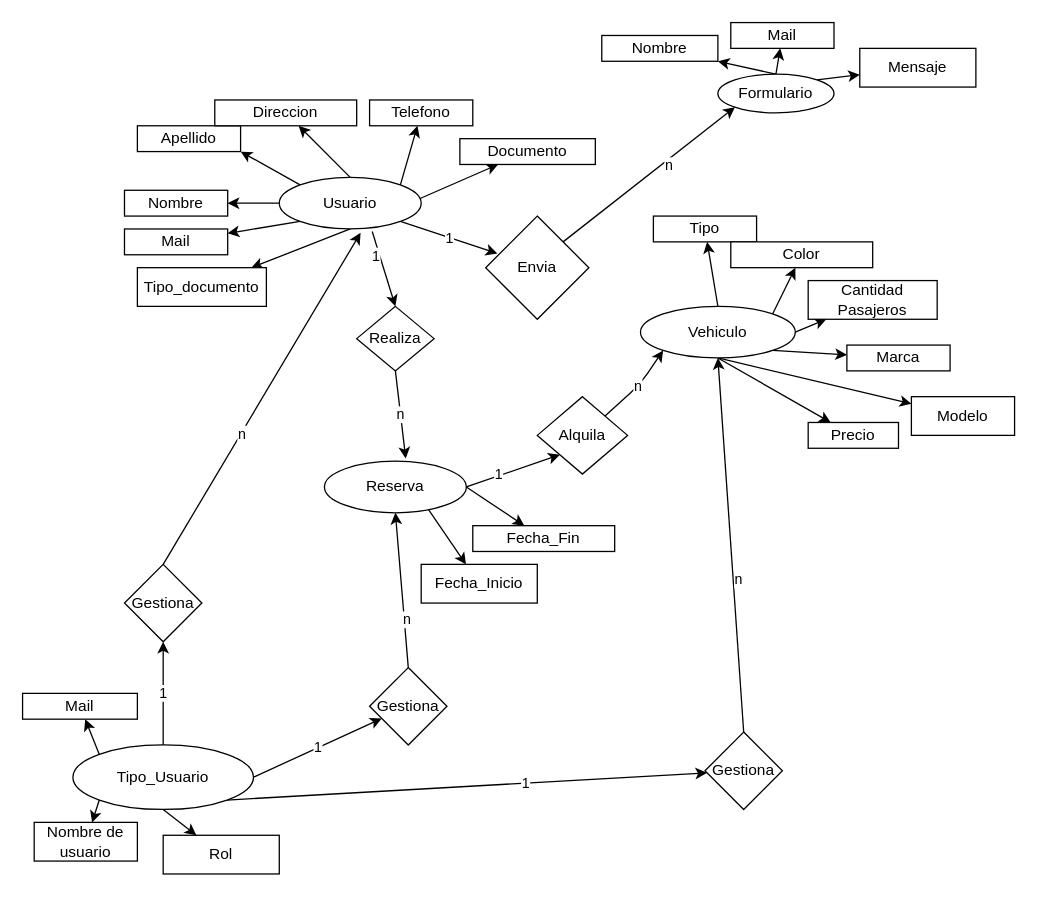
Earlier version of the draw.io diagram Documentacion/Base_Datos/Entidad_relacion.drawio (LorenzoAzanza/asdasd). Source tidied: cells renumbered, new cells numbered last; positions are measured from the earlier drawing's top-left corner, leaving out a move shared by most shapes. Both pictures are drawn from the tidied source at 129%, with x=0, y=0 at pixel (22, 22).
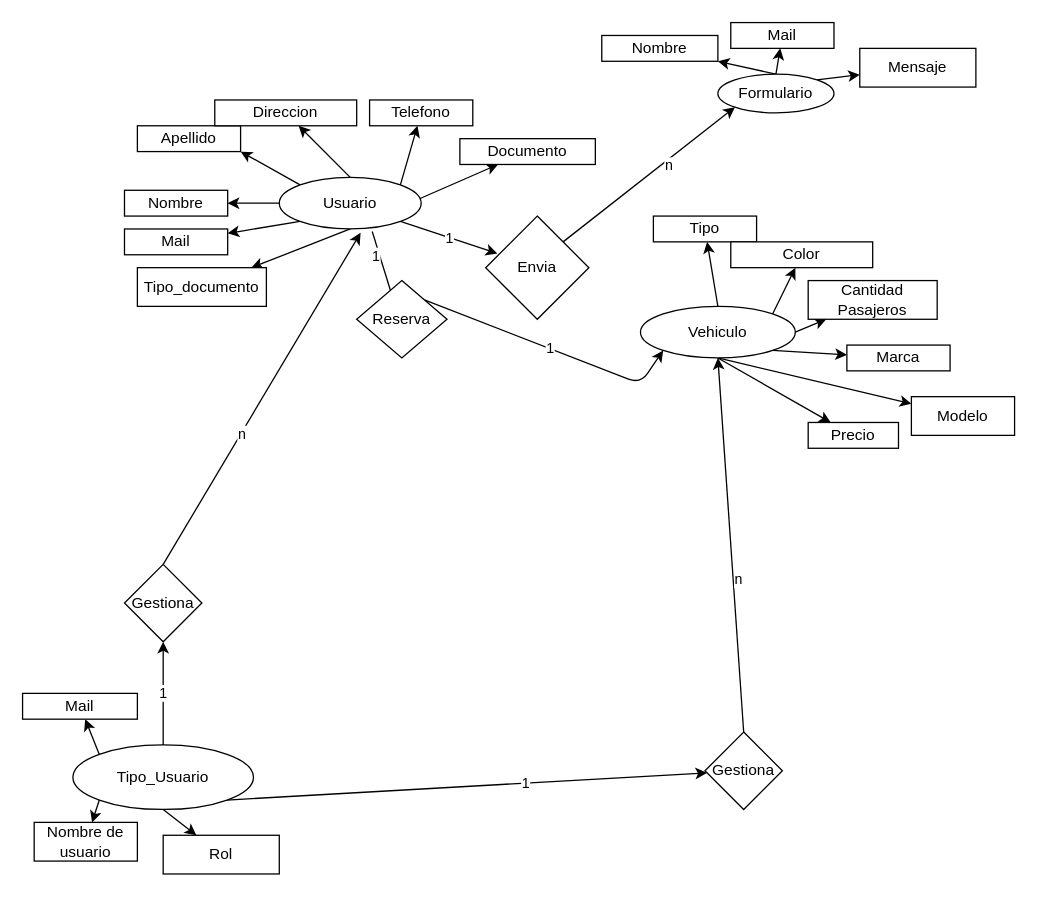
The same diagram, later.

Unchanged cells that the change refers to:
```xml
<mxCell id="11" value="Usuario" style="ellipse;whiteSpace=wrap;html=1;" parent="1" vertex="1">
  <mxGeometry x="199" y="120" width="110" height="40" as="geometry" />
</mxCell>
<mxCell id="26" value="Vehiculo" style="ellipse;whiteSpace=wrap;html=1;" parent="1" vertex="1">
  <mxGeometry x="479" y="220" width="120" height="40" as="geometry" />
</mxCell>
<mxCell id="61" value="Tipo_Usuario" style="ellipse;whiteSpace=wrap;html=1;" parent="1" vertex="1">
  <mxGeometry x="39" y="560" width="140" height="50" as="geometry" />
</mxCell>
```

Change to the diagram source:
```diff
@@
-    <mxCell id="8" style="edgeStyle=none;html=1;exitX=0.655;exitY=1.05;exitDx=0;exitDy=0;entryX=0.5;entryY=0;entryDx=0;entryDy=0;exitPerimeter=0;" parent="1" edge="1" source="11" target="41">
-      <mxGeometry relative="1" as="geometry" />
+    <mxCell id="8" style="edgeStyle=none;html=1;exitX=0.655;exitY=1.05;exitDx=0;exitDy=0;entryX=0.5;entryY=0;entryDx=0;entryDy=0;exitPerimeter=0;" parent="1" edge="1" source="11">
+      <mxGeometry relative="1" as="geometry">
+        <mxPoint x="289" y="220" as="targetPoint" />
+      </mxGeometry>
     </mxCell>
@@
-    <mxCell id="33" style="edgeStyle=none;html=1;exitX=0.5;exitY=0;exitDx=0;exitDy=0;" parent="1" edge="1" source="37" target="38">
-      <mxGeometry relative="1" as="geometry" />
-    </mxCell>
-    <mxCell id="34" style="edgeStyle=none;html=1;exitX=1;exitY=0.5;exitDx=0;exitDy=0;" parent="1" edge="1" source="37" target="39">
-      <mxGeometry relative="1" as="geometry" />
-    </mxCell>
-    <mxCell id="35" style="edgeStyle=none;html=1;exitX=1;exitY=0.5;exitDx=0;exitDy=0;entryX=0;entryY=1;entryDx=0;entryDy=0;" parent="1" edge="1" source="37" target="43">
-      <mxGeometry relative="1" as="geometry" />
-    </mxCell>
-    <mxCell id="36" value="1" style="edgeLabel;html=1;align=center;verticalAlign=middle;" parent="35" vertex="1">
-      <mxGeometry x="-0.29" y="2" relative="1" as="geometry" />
-    </mxCell>
-    <mxCell id="37" value="Reserva" style="ellipse;whiteSpace=wrap;html=1;" parent="1" vertex="1">
-      <mxGeometry x="234" y="340" width="110" height="40" as="geometry" />
-    </mxCell>
-    <mxCell id="38" value="Fecha_Inicio" style="rounded=0;whiteSpace=wrap;html=1;" parent="1" vertex="1">
-      <mxGeometry x="309" y="420" width="90" height="30" as="geometry" />
-    </mxCell>
-    <mxCell id="39" value="Fecha_Fin" style="rounded=0;whiteSpace=wrap;html=1;" parent="1" vertex="1">
-      <mxGeometry x="349" y="390" width="110" height="20" as="geometry" />
-    </mxCell>
-    <mxCell id="40" value="n" style="edgeStyle=none;html=1;exitX=0.5;exitY=1;exitDx=0;exitDy=0;entryX=0.573;entryY=-0.05;entryDx=0;entryDy=0;entryPerimeter=0;" parent="1" edge="1" source="41" target="37">
-      <mxGeometry relative="1" as="geometry" />
-    </mxCell>
-    <mxCell id="41" value="Realiza" style="rhombus;whiteSpace=wrap;html=1;" parent="1" vertex="1">
-      <mxGeometry x="259" y="220" width="60" height="50" as="geometry" />
-    </mxCell>
-    <mxCell id="42" value="n" style="edgeStyle=none;html=1;exitX=1;exitY=0;exitDx=0;exitDy=0;entryX=0;entryY=1;entryDx=0;entryDy=0;" parent="1" edge="1" source="43" target="26">
+    <mxCell id="42" value="1" style="edgeStyle=none;html=1;exitX=1;exitY=0;exitDx=0;exitDy=0;entryX=0;entryY=1;entryDx=0;entryDy=0;" parent="1" edge="1" source="43" target="26">
       <mxGeometry relative="1" as="geometry">
         <Array as="points">
           <mxPoint x="479" y="280" />
         </Array>
       </mxGeometry>
     </mxCell>
-    <mxCell id="43" value="Alquila" style="rhombus;whiteSpace=wrap;html=1;" parent="1" vertex="1">
-      <mxGeometry x="399" y="290" width="70" height="60" as="geometry" />
+    <mxCell id="43" value="Reserva" style="rhombus;whiteSpace=wrap;html=1;" parent="1" vertex="1">
+      <mxGeometry x="259" y="200" width="70" height="60" as="geometry" />
     </mxCell>
@@
-    <mxCell id="55" value="1" style="edgeStyle=none;html=1;exitX=1;exitY=0.5;exitDx=0;exitDy=0;" parent="1" edge="1" source="61" target="67">
-      <mxGeometry relative="1" as="geometry" />
-    </mxCell>
@@
-    <mxCell id="65" style="edgeStyle=none;html=1;exitX=0.5;exitY=0;exitDx=0;exitDy=0;entryX=0.5;entryY=1;entryDx=0;entryDy=0;" parent="1" edge="1" source="67" target="37">
-      <mxGeometry relative="1" as="geometry" />
-    </mxCell>
-    <mxCell id="66" value="n" style="edgeLabel;html=1;align=center;verticalAlign=middle;" parent="65" vertex="1">
-      <mxGeometry x="-0.39" y="-2" relative="1" as="geometry" />
-    </mxCell>
-    <mxCell id="67" value="Gestiona" style="rhombus;whiteSpace=wrap;html=1;" parent="1" vertex="1">
-      <mxGeometry x="269" y="500" width="60" height="60" as="geometry" />
-    </mxCell>
```
